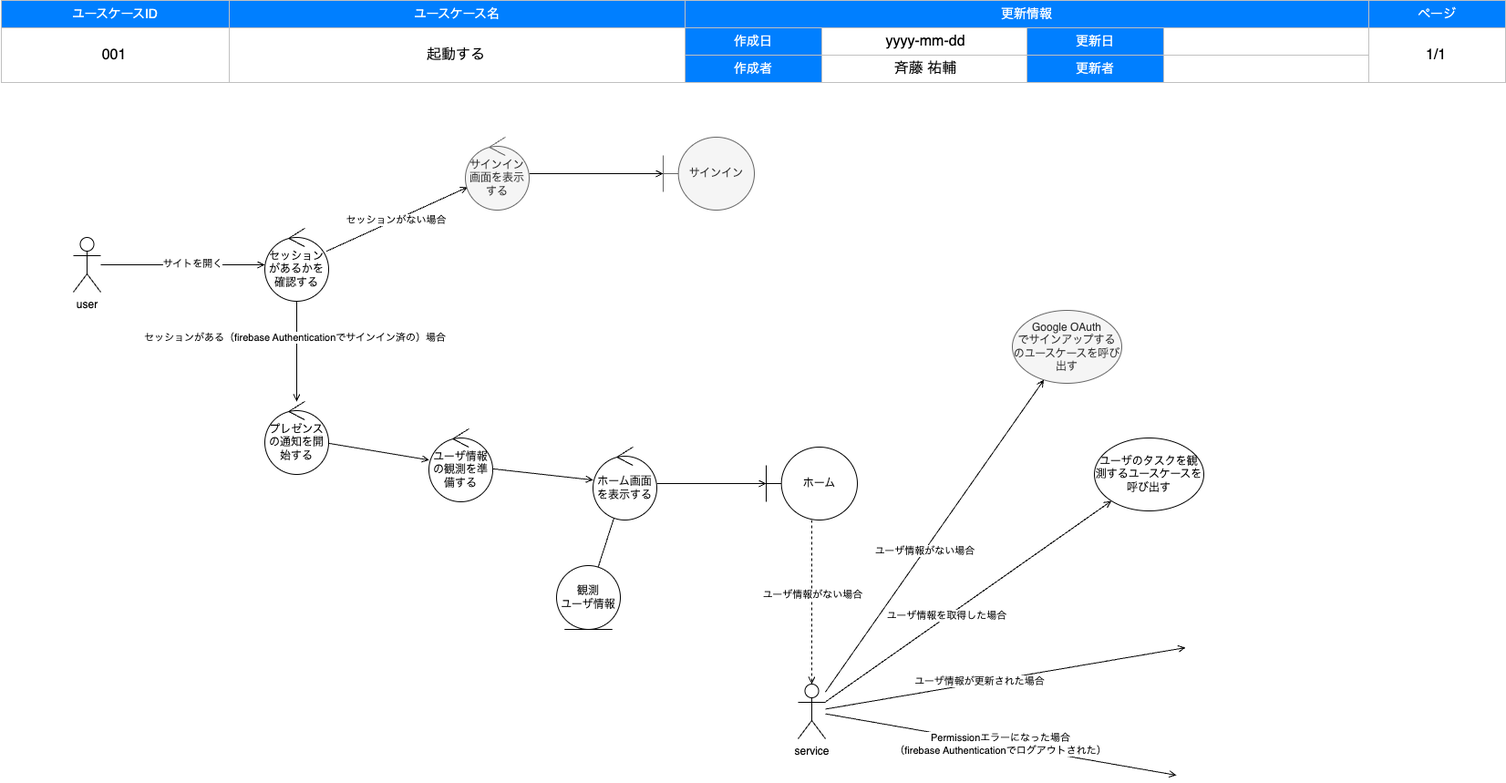
uskithub/CABoilerplate keeps this draw.io diagram as documents/application/001_boot.drawio.png. Above is the earlier version. Source tidied: cells renumbered, new cells last; positions are measured from the earlier drawing's top-left corner, leaving out a move shared by most shapes.
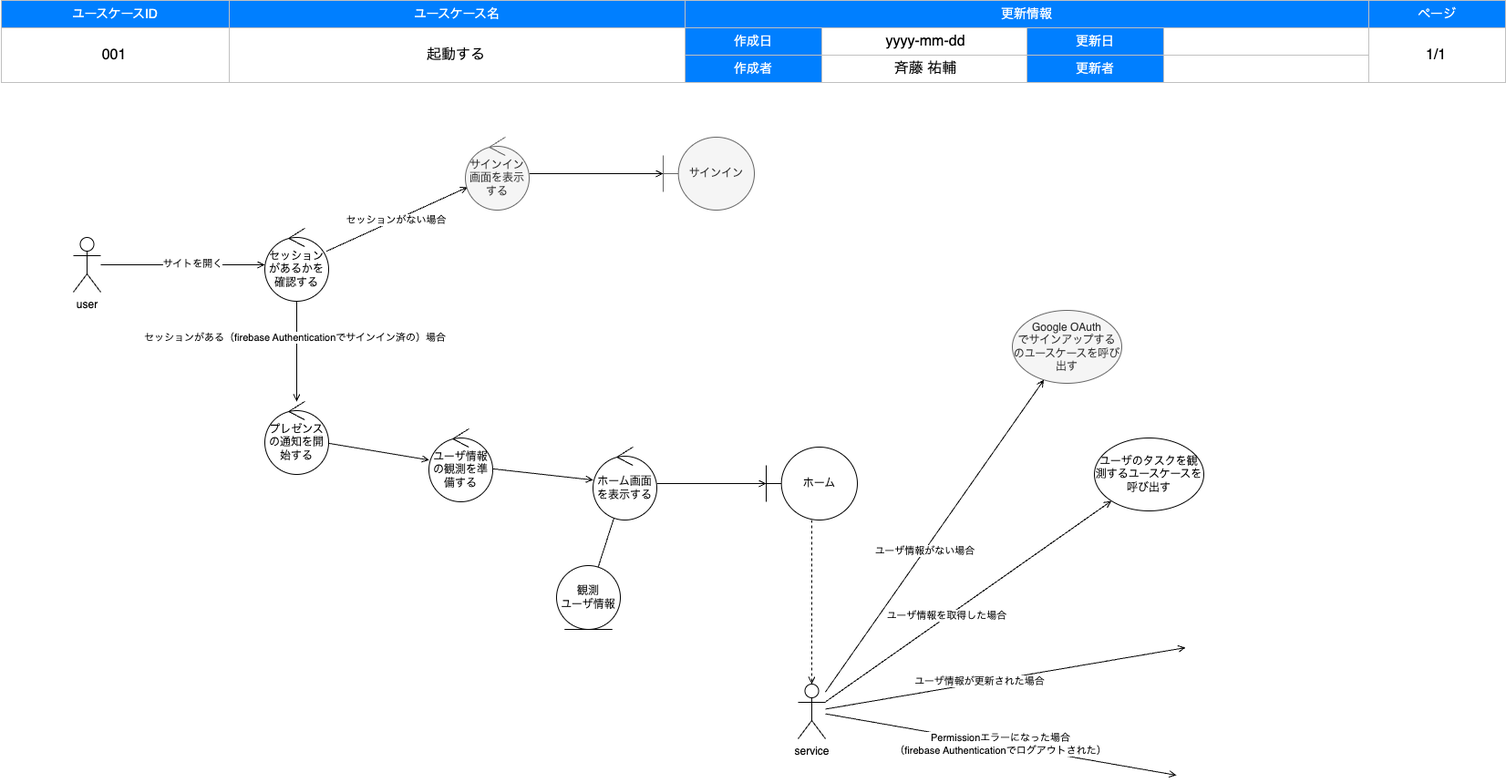
The same file after the commit.

Change to the diagram source:
```diff
@@ -168,8 +168,5 @@
     <mxCell id="55" style="edgeStyle=none;html=1;endArrow=open;endFill=0;startArrow=none;dashed=1;" parent="24" edge="1" source="37" target="54">
       <mxGeometry relative="1" as="geometry" />
     </mxCell>
-    <mxCell id="56" value="ユーザ情報がない場合" style="edgeLabel;html=1;align=center;verticalAlign=middle;" parent="55" vertex="1">
-      <mxGeometry x="-0.1" relative="1" as="geometry" />
-    </mxCell>
   </root>
 </mxGraphModel>
```
